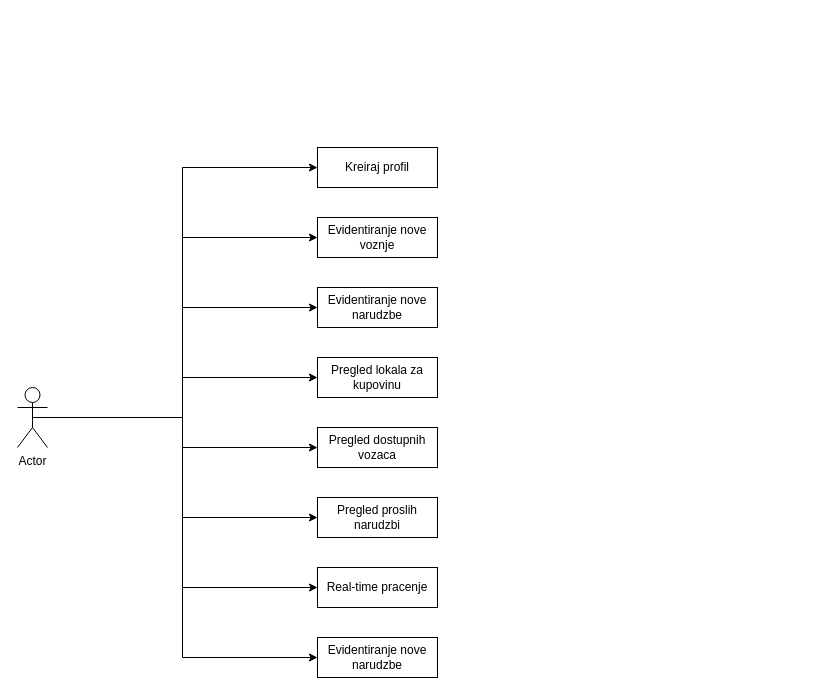
The draw.io diagram Untitled Diagram.drawio in g1sha/RS2-Seminarski-GoRide, before the edit. Source tidied: cells renumbered, new cells numbered last; positions are measured from the earlier drawing's top-left corner, leaving out a move shared by most shapes. Both pictures are drawn from the tidied source at 100%, with x=0, y=0 at pixel (17, 147). Pictures stored in the file or linked from it are replaced by grey dashed boxes.
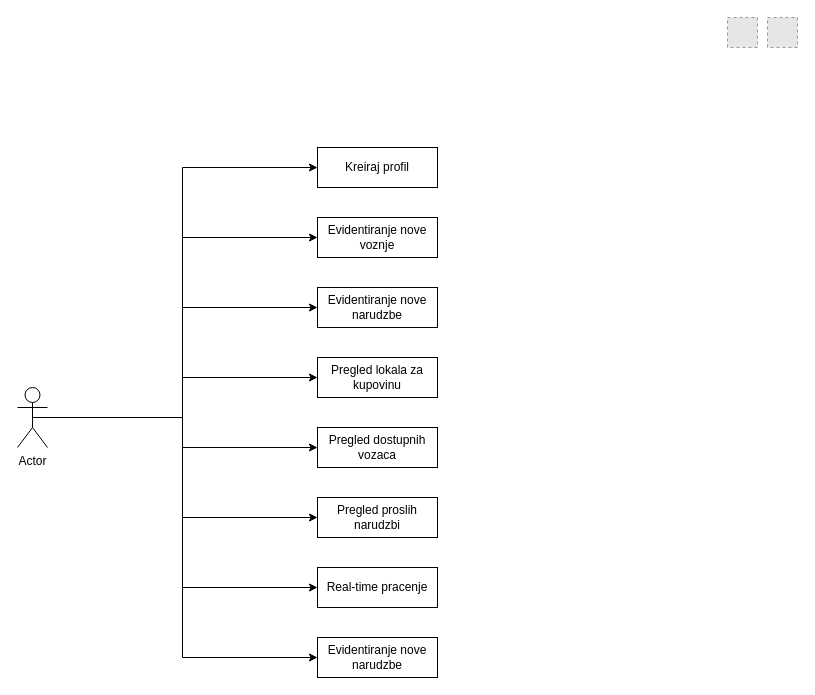
Above is the later version.

Diff of the diagram source:
```diff
@@
+    <mxCell id="19" style="fillColor=#E6E6E6;strokeColor=#999999;dashed=1;html=1;verticalAlign=top;verticalLabelPosition=bottom;labelBackgroundColor=#ffffff;" parent="1" vertex="1">
+      <mxGeometry x="710" y="-130" width="30" height="30" as="geometry" />
+    </mxCell>
+    <mxCell id="20" style="fillColor=#E6E6E6;strokeColor=#999999;dashed=1;html=1;verticalAlign=top;verticalLabelPosition=bottom;labelBackgroundColor=#ffffff;" parent="1" vertex="1">
+      <mxGeometry x="750" y="-130" width="30" height="30" as="geometry" />
+    </mxCell>
```
